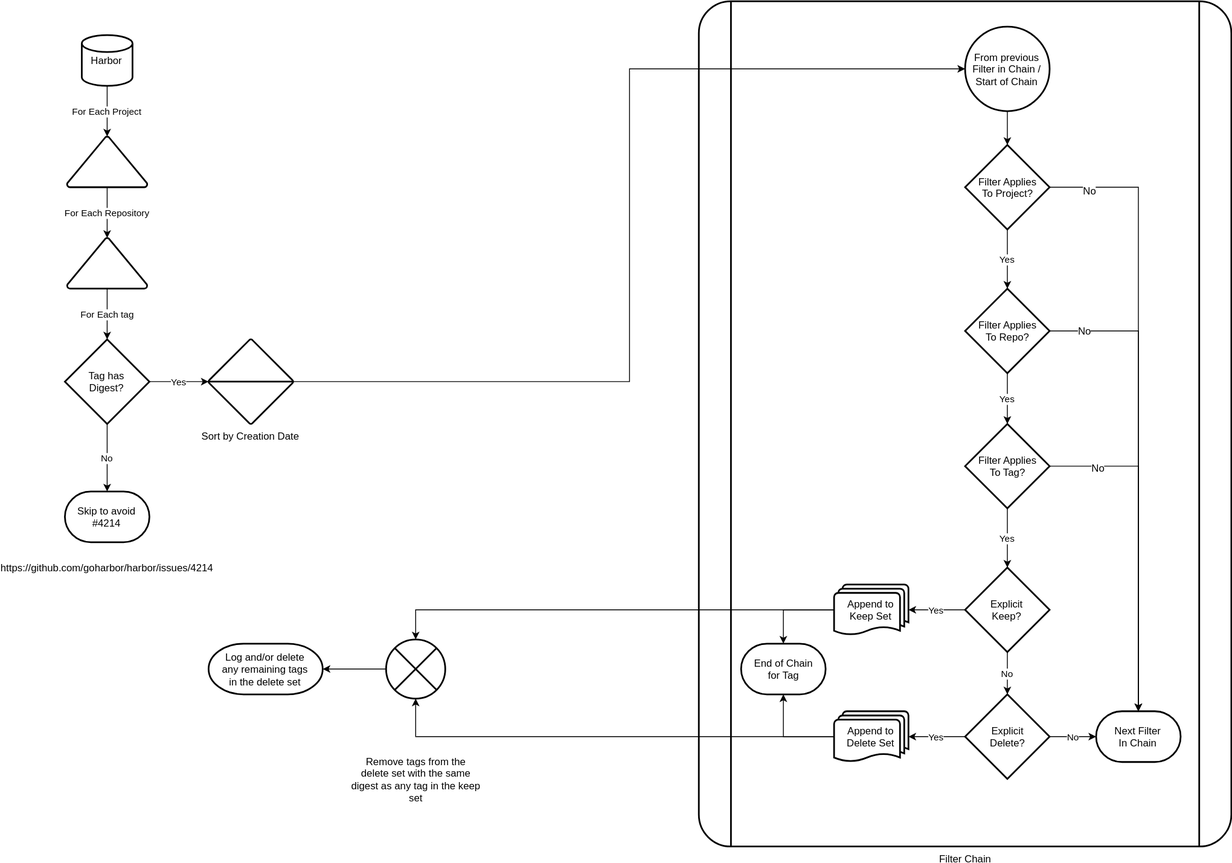
The draw.io diagram process.svg in nlowe/harbor-tag-retention-proposal, before a commit. Source tidied: cells renumbered, new cells last; positions are measured from the earlier drawing's top-left corner, leaving out a move shared by most shapes.
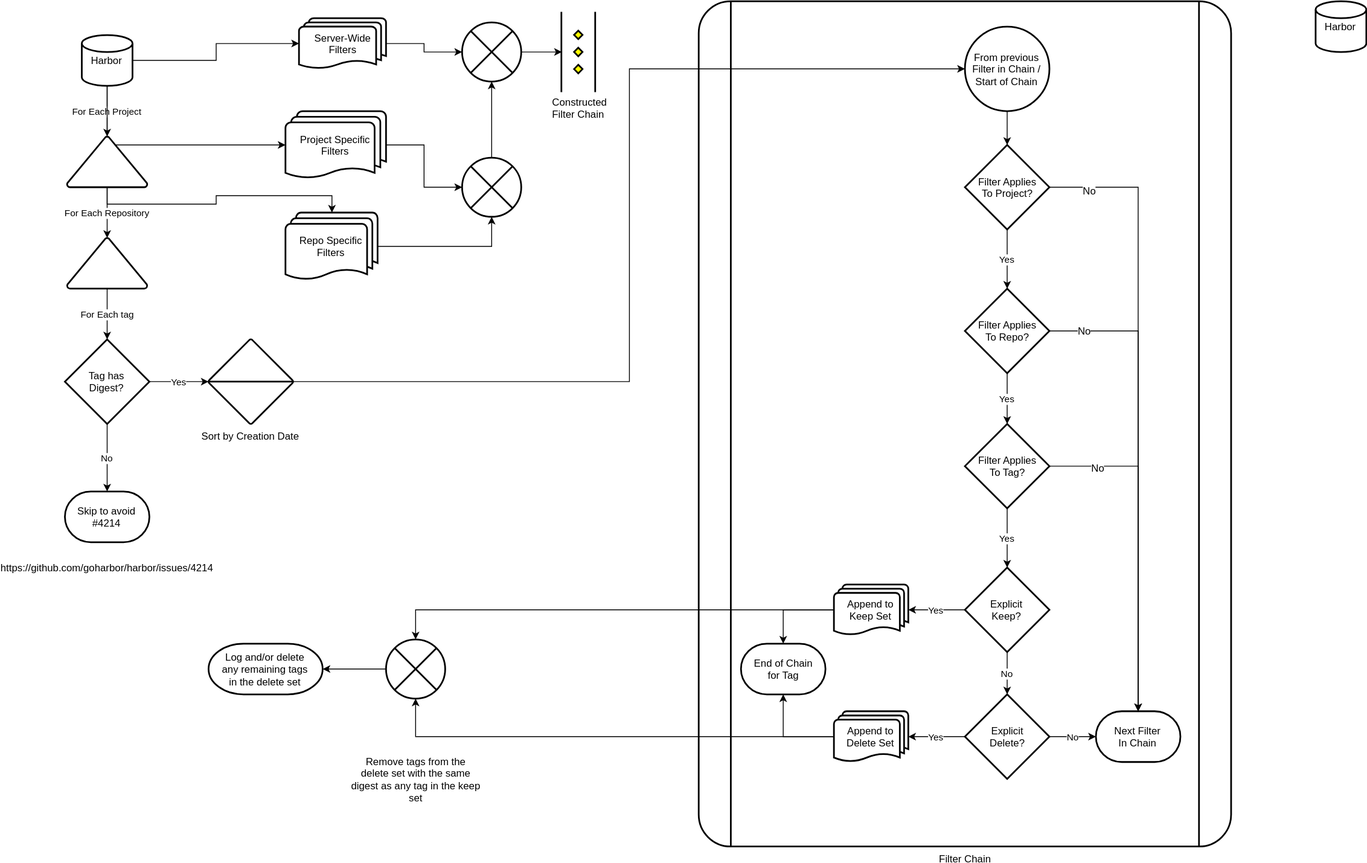
After the commit.

Commit message:
Update process diagram

What changed in the source:
```diff
@@ -1,10 +1,16 @@
-<mxGraphModel background="#ffffff">
+<mxGraphModel>
   <root>
     <mxCell id="0" />
     <mxCell id="1" parent="0" />
     <mxCell id="2" value="For Each Project" style="edgeStyle=orthogonalEdgeStyle;rounded=0;html=1;exitX=0.5;exitY=1;exitPerimeter=0;entryX=0.5;entryY=0;entryPerimeter=0;jettySize=auto;" parent="1" edge="1" source="3" target="34">
       <mxGeometry relative="1" as="geometry" />
     </mxCell>
+    <mxCell id="48" style="edgeStyle=orthogonalEdgeStyle;rounded=0;html=1;exitX=0.5;exitY=1;exitPerimeter=0;entryX=0;entryY=0.5;entryPerimeter=0;jettySize=auto;" parent="1" edge="1" source="3" target="55">
+      <mxGeometry relative="1" as="geometry" />
+    </mxCell>
+    <mxCell id="49" style="edgeStyle=orthogonalEdgeStyle;rounded=0;html=1;exitX=1;exitY=0.5;exitPerimeter=0;entryX=0;entryY=0.5;entryPerimeter=0;jettySize=auto;" parent="1" edge="1" source="3" target="57">
+      <mxGeometry relative="1" as="geometry" />
+    </mxCell>
     <mxCell id="3" value="Harbor" style="strokeWidth=2;html=1;shape=mxgraph.flowchart.database;whiteSpace=wrap;" parent="1" vertex="1">
       <mxGeometry x="20" y="40" width="60" height="60" as="geometry" />
     </mxCell>
@@ -98,6 +104,9 @@
     <mxCell id="33" value="For Each Repository" style="edgeStyle=orthogonalEdgeStyle;rounded=0;html=1;exitX=0.5;exitY=1;exitPerimeter=0;entryX=0.5;entryY=0;entryPerimeter=0;jettySize=auto;" parent="1" edge="1" source="34" target="36">
       <mxGeometry relative="1" as="geometry" />
     </mxCell>
+    <mxCell id="50" style="edgeStyle=orthogonalEdgeStyle;rounded=0;html=1;exitX=0.5;exitY=1;exitPerimeter=0;entryX=0.5;entryY=0;entryPerimeter=0;jettySize=auto;" parent="1" edge="1" source="34" target="53">
+      <mxGeometry relative="1" as="geometry" />
+    </mxCell>
     <mxCell id="34" style="strokeWidth=2;html=1;shape=mxgraph.flowchart.extract_or_measurement;whiteSpace=wrap;" parent="1" vertex="1">
       <mxGeometry x="2.5" y="160" width="95" height="60" as="geometry" />
     </mxCell>
@@ -140,5 +149,44 @@
     <mxCell id="47" value="Log and/or delete&lt;br&gt;any remaining tags&lt;br&gt;in the delete set" style="strokeWidth=2;html=1;shape=mxgraph.flowchart.terminator;whiteSpace=wrap;" parent="1" vertex="1">
       <mxGeometry x="170" y="760" width="135" height="60" as="geometry" />
     </mxCell>
+    <mxCell id="51" value="Harbor" style="strokeWidth=2;html=1;shape=mxgraph.flowchart.database;whiteSpace=wrap;" parent="1" vertex="1">
+      <mxGeometry x="1480" width="60" height="60" as="geometry" />
+    </mxCell>
+    <mxCell id="52" style="edgeStyle=orthogonalEdgeStyle;rounded=0;html=1;exitX=1;exitY=0.5;exitPerimeter=0;entryX=0.5;entryY=1;entryPerimeter=0;jettySize=auto;" parent="1" edge="1" source="53" target="59">
+      <mxGeometry relative="1" as="geometry" />
+    </mxCell>
+    <mxCell id="53" value="Repo Specific Filters" style="strokeWidth=2;html=1;shape=mxgraph.flowchart.multi-document;whiteSpace=wrap;" parent="1" vertex="1">
+      <mxGeometry x="261" y="250" width="109" height="80" as="geometry" />
+    </mxCell>
+    <mxCell id="54" style="edgeStyle=orthogonalEdgeStyle;rounded=0;html=1;exitX=1;exitY=0.5;exitPerimeter=0;entryX=0;entryY=0.5;entryPerimeter=0;jettySize=auto;" parent="1" edge="1" source="55" target="59">
+      <mxGeometry relative="1" as="geometry" />
+    </mxCell>
+    <mxCell id="55" value="Project Specific Filters" style="strokeWidth=2;html=1;shape=mxgraph.flowchart.multi-document;whiteSpace=wrap;" parent="1" vertex="1">
+      <mxGeometry x="261" y="130" width="119" height="80" as="geometry" />
+    </mxCell>
+    <mxCell id="56" style="edgeStyle=orthogonalEdgeStyle;rounded=0;html=1;exitX=1;exitY=0.5;exitPerimeter=0;entryX=0;entryY=0.5;entryPerimeter=0;jettySize=auto;" parent="1" edge="1" source="57" target="61">
+      <mxGeometry relative="1" as="geometry" />
+    </mxCell>
+    <mxCell id="57" value="Server-Wide&lt;br&gt;Filters&lt;br&gt;" style="strokeWidth=2;html=1;shape=mxgraph.flowchart.multi-document;whiteSpace=wrap;" parent="1" vertex="1">
+      <mxGeometry x="277" y="20" width="103" height="60" as="geometry" />
+    </mxCell>
+    <mxCell id="58" style="edgeStyle=orthogonalEdgeStyle;rounded=0;html=1;exitX=0.5;exitY=0;exitPerimeter=0;entryX=0.5;entryY=1;entryPerimeter=0;jettySize=auto;" parent="1" edge="1" source="59" target="61">
+      <mxGeometry relative="1" as="geometry" />
+    </mxCell>
+    <mxCell id="59" style="verticalLabelPosition=bottom;verticalAlign=top;html=1;strokeWidth=2;shape=mxgraph.flowchart.or;" parent="1" vertex="1">
+      <mxGeometry x="470" y="185" width="70" height="70" as="geometry" />
+    </mxCell>
+    <mxCell id="60" style="edgeStyle=orthogonalEdgeStyle;rounded=0;html=1;exitX=1;exitY=0.5;exitPerimeter=0;entryX=0.5;entryY=0;entryPerimeter=0;jettySize=auto;" parent="1" edge="1" source="61" target="62">
+      <mxGeometry relative="1" as="geometry" />
+    </mxCell>
+    <mxCell id="61" style="verticalLabelPosition=bottom;verticalAlign=top;html=1;strokeWidth=2;shape=mxgraph.flowchart.or;" parent="1" vertex="1">
+      <mxGeometry x="470" y="25" width="70" height="70" as="geometry" />
+    </mxCell>
+    <mxCell id="62" style="verticalLabelPosition=bottom;verticalAlign=top;html=1;strokeWidth=2;shape=mxgraph.flowchart.parallel_mode;rotation=-90;" parent="1" vertex="1">
+      <mxGeometry x="560" y="40" width="95" height="40" as="geometry" />
+    </mxCell>
+    <mxCell id="63" value="Constructed&lt;br&gt;Filter Chain&lt;br&gt;" style="text;html=1;align=left;verticalAlign=top;spacingTop=-4;" parent="1" vertex="1">
+      <mxGeometry x="575" y="110" width="80" height="30" as="geometry" />
+    </mxCell>
   </root>
 </mxGraphModel>
```
